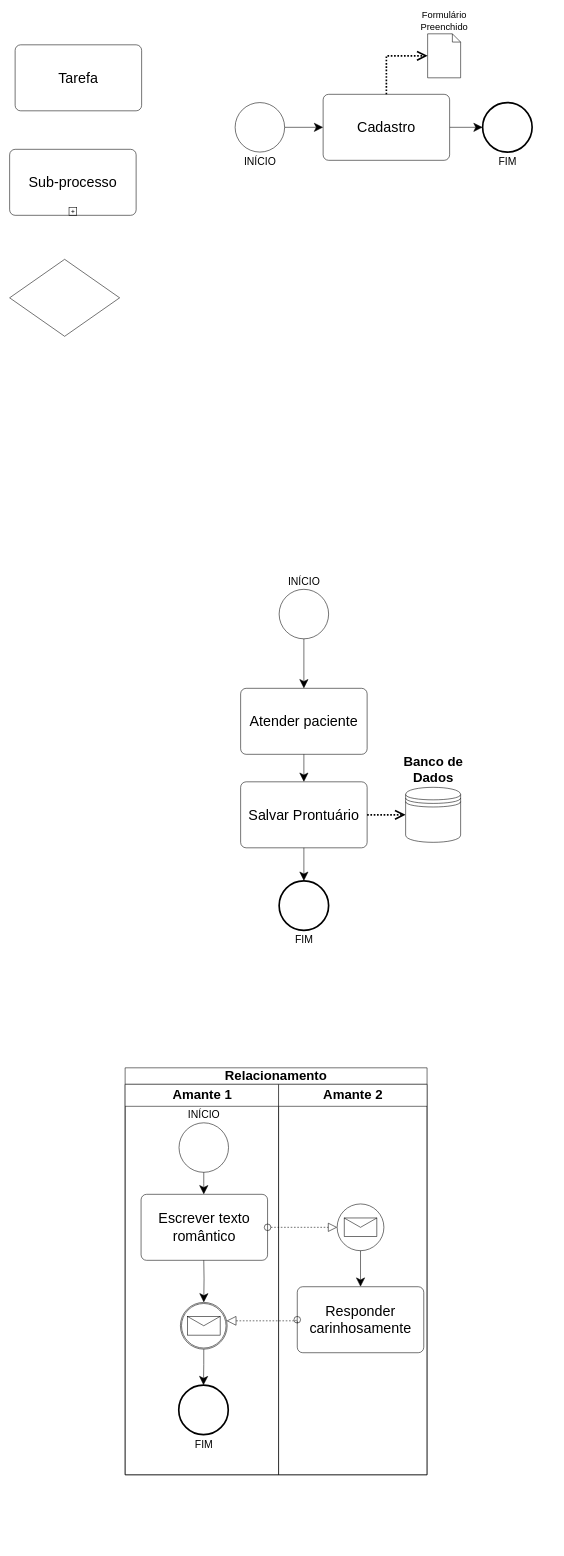
Before: page "Página-3" (3 of 3) of Aula 4 - BPMN/Exemplos BPMN.drawio in fbenghi/AnaliseProjetos2024-1, a draw.io diagram. Source tidied: cells renumbered, new cells numbered last; positions are measured from the earlier drawing's top-left corner, leaving out a move shared by most shapes. Both pictures are drawn from the tidied source at 55%, with x=0, y=0 at pixel (9, 34).
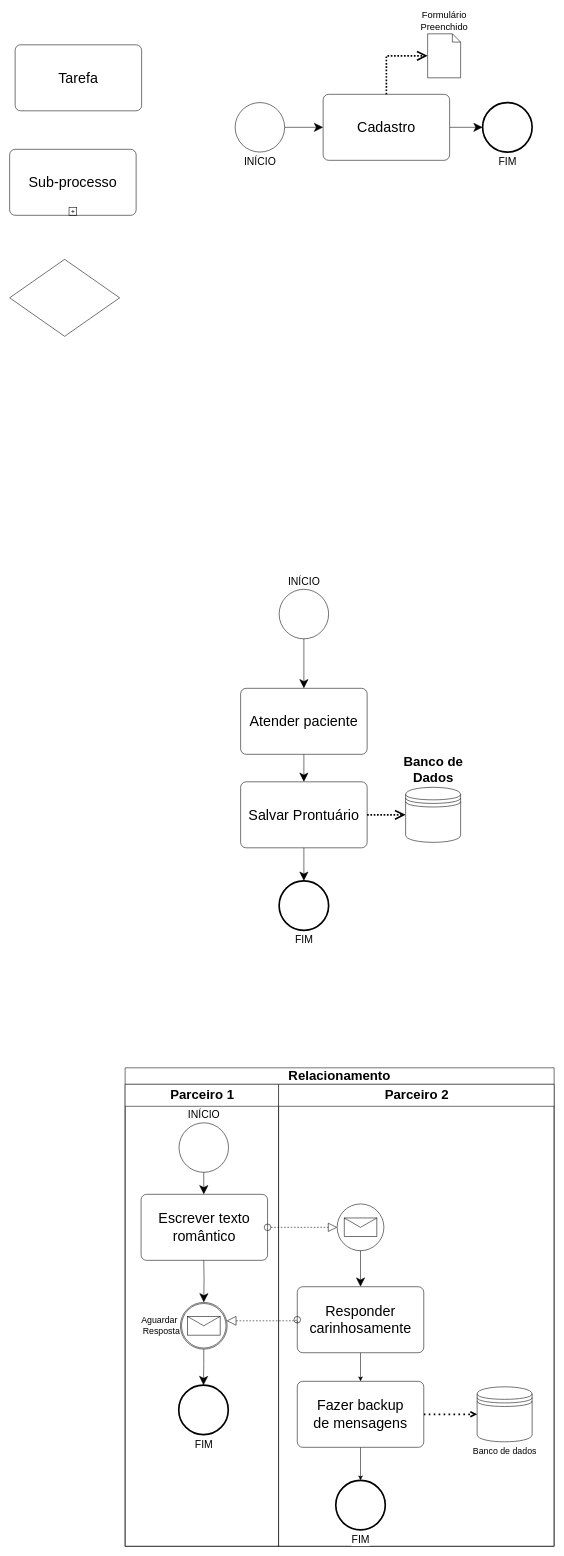
The same diagram, later.

The change refers to these unchanged cells:
```xml
<mxCell id="22" value="Responder carinhosamente" style="points=[[0.25,0,0],[0.5,0,0],[0.75,0,0],[1,0.25,0],[1,0.5,0],[1,0.75,0],[0.75,1,0],[0.5,1,0],[0.25,1,0],[0,0.75,0],[0,0.5,0],[0,0.25,0]];shape=mxgraph.bpmn.task;whiteSpace=wrap;rectStyle=rounded;size=10;html=1;taskMarker=abstract;fontSize=26;" parent="21" vertex="1">
  <mxGeometry x="34" y="368" width="230" height="120" as="geometry" />
</mxCell>
```

Change to the diagram source:
```diff
@@
     <mxCell id="12" value="Relacionamento" style="swimlane;html=1;startSize=30;whiteSpace=wrap;fontSize=24;" parent="1" vertex="1">
-      <mxGeometry x="210" y="1880" width="549" height="740" as="geometry" />
+      <mxGeometry x="210" y="1880" width="780" height="870" as="geometry" />
     </mxCell>
-    <mxCell id="13" value="Amante 1" style="swimlane;html=1;startSize=40;fontSize=24;" parent="12" vertex="1">
-      <mxGeometry y="30" width="279" height="710" as="geometry" />
+    <mxCell id="13" value="Parceiro 1" style="swimlane;html=1;startSize=40;fontSize=24;" parent="12" vertex="1">
+      <mxGeometry y="30" width="279" height="840" as="geometry" />
     </mxCell>
@@
-    <mxCell id="19" style="points=[[0.145,0.145,0],[0.5,0,0],[0.855,0.145,0],[1,0.5,0],[0.855,0.855,0],[0.5,1,0],[0.145,0.855,0],[0,0.5,0]];shape=mxgraph.bpmn.event;html=1;verticalLabelPosition=bottom;labelBackgroundColor=#ffffff;verticalAlign=top;align=center;perimeter=ellipsePerimeter;outlineConnect=0;outline=catching;symbol=message;" parent="13" vertex="1">
+    <mxCell id="19" value="Aguardar&amp;nbsp;&lt;div style=&quot;font-size: 16px;&quot;&gt;Resposta&lt;/div&gt;" style="points=[[0.145,0.145,0],[0.5,0,0],[0.855,0.145,0],[1,0.5,0],[0.855,0.855,0],[0.5,1,0],[0.145,0.855,0],[0,0.5,0]];shape=mxgraph.bpmn.event;html=1;verticalLabelPosition=middle;labelBackgroundColor=#ffffff;verticalAlign=middle;align=right;perimeter=ellipsePerimeter;outlineConnect=0;outline=catching;symbol=message;labelPosition=left;fontSize=16;" parent="13" vertex="1">
       <mxGeometry x="100.5" y="396.5" width="85" height="85" as="geometry" />
     </mxCell>
@@
-    <mxCell id="21" value="Amante 2" style="swimlane;html=1;startSize=40;fontSize=24;" parent="12" vertex="1">
-      <mxGeometry x="279" y="30" width="270" height="710" as="geometry" />
+    <mxCell id="21" value="Parceiro 2" style="swimlane;html=1;startSize=40;fontSize=24;" parent="12" vertex="1">
+      <mxGeometry x="279" y="30" width="501" height="840" as="geometry" />
     </mxCell>
+    <mxCell id="36" style="edgeStyle=orthogonalEdgeStyle;rounded=0;jettySize=auto;html=1;" parent="21" edge="1" source="22" target="39">
+      <mxGeometry relative="1" as="geometry" />
+    </mxCell>
@@
+    <mxCell id="37" style="edgeStyle=orthogonalEdgeStyle;rounded=0;jettySize=auto;html=1;" parent="21" edge="1" source="39" target="40">
+      <mxGeometry relative="1" as="geometry" />
+    </mxCell>
+    <mxCell id="38" style="edgeStyle=orthogonalEdgeStyle;rounded=0;jettySize=auto;html=1;endArrow=open;endFill=0;dashed=1;dashPattern=1 2;strokeWidth=3;" parent="21" edge="1" source="39" target="41">
+      <mxGeometry relative="1" as="geometry" />
+    </mxCell>
+    <mxCell id="39" value="Fazer backup&lt;div&gt;de mensagens&lt;/div&gt;" style="points=[[0.25,0,0],[0.5,0,0],[0.75,0,0],[1,0.25,0],[1,0.5,0],[1,0.75,0],[0.75,1,0],[0.5,1,0],[0.25,1,0],[0,0.75,0],[0,0.5,0],[0,0.25,0]];shape=mxgraph.bpmn.task;whiteSpace=wrap;rectStyle=rounded;size=10;html=1;taskMarker=abstract;fontSize=26;" parent="21" vertex="1">
+      <mxGeometry x="34" y="540" width="230" height="120" as="geometry" />
+    </mxCell>
+    <mxCell id="40" value="FIM" style="points=[[0.145,0.145,0],[0.5,0,0],[0.855,0.145,0],[1,0.5,0],[0.855,0.855,0],[0.5,1,0],[0.145,0.855,0],[0,0.5,0]];shape=mxgraph.bpmn.event;html=1;verticalLabelPosition=bottom;labelBackgroundColor=#ffffff;verticalAlign=top;align=center;perimeter=ellipsePerimeter;outlineConnect=0;outline=end;symbol=terminate2;fontSize=19;" parent="21" vertex="1">
+      <mxGeometry x="104" y="720" width="90" height="90" as="geometry" />
+    </mxCell>
+    <mxCell id="41" value="Banco de dados" style="shape=datastore;html=1;labelPosition=center;verticalLabelPosition=bottom;align=center;verticalAlign=top;fontSize=16;" parent="21" vertex="1">
+      <mxGeometry x="361" y="550" width="100" height="100" as="geometry" />
+    </mxCell>
```
